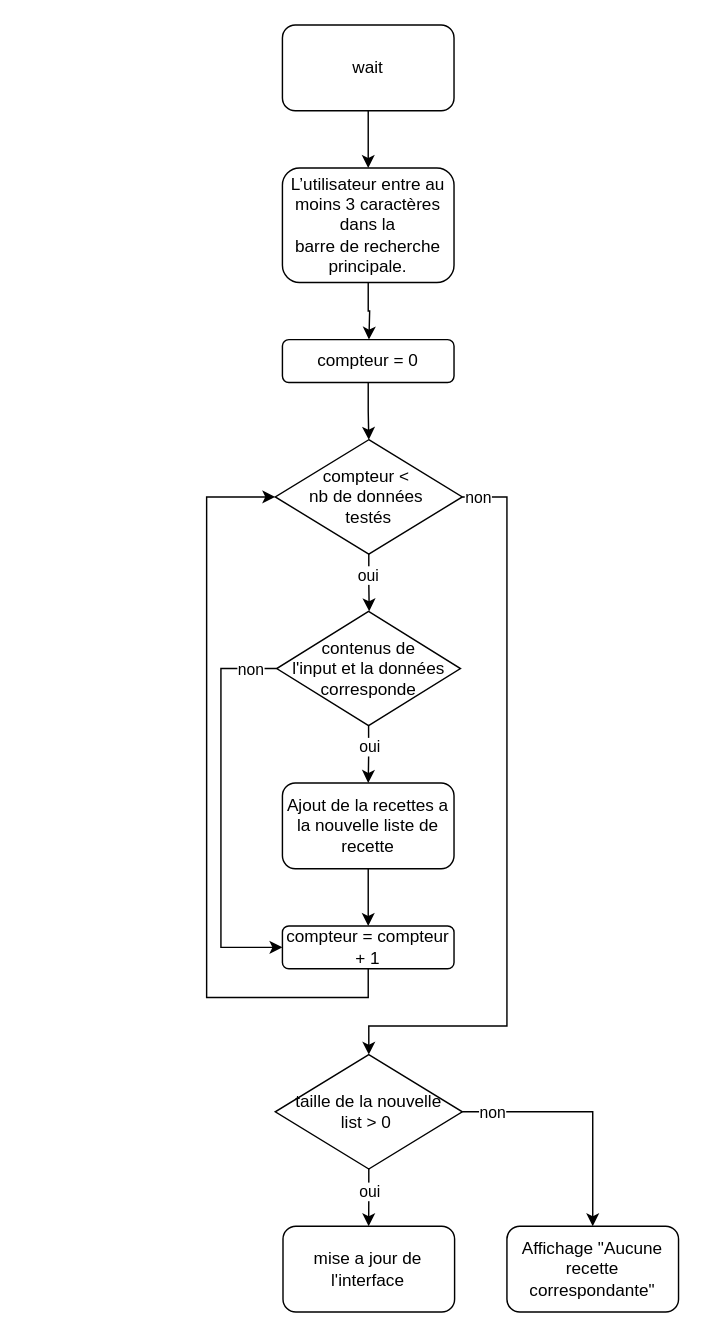
The draw.io diagram Note/AlgoriGramme.drawio in cbourgouin/Projet_7, before the edit. Source tidied: cells renumbered, new cells numbered last; positions are measured from the earlier drawing's top-left corner, leaving out a move shared by most shapes. Both pictures are drawn from the tidied source at 143%, with x=0, y=0 at pixel (113, 24).
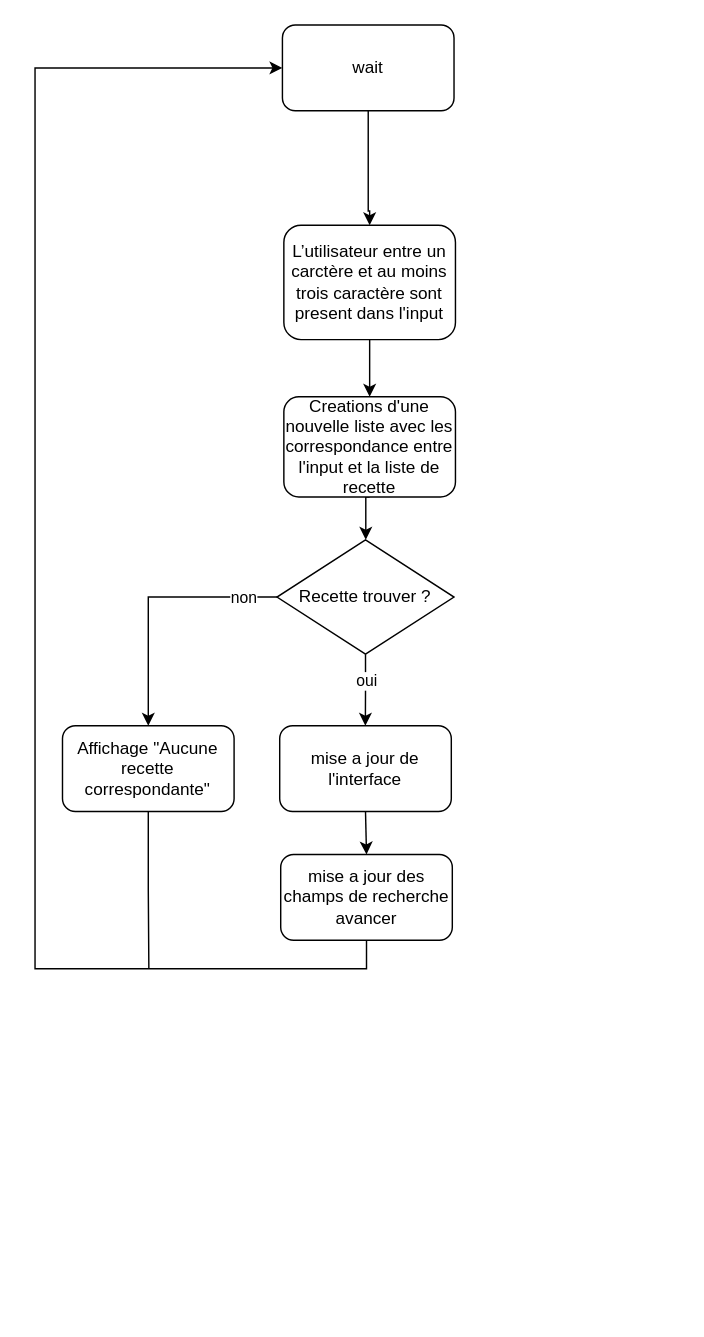
The same page after the edit.

Commit message:
Mettre à jour AlgoriGramme.drawio

The change refers to these unchanged cells:
```xml
<mxCell id="6" value="wait" style="rounded=1;whiteSpace=wrap;html=1;" parent="1" vertex="1">
  <mxGeometry x="118" width="120" height="60" as="geometry" />
</mxCell>
```

What changed in the source:
```diff
@@
-    <mxCell id="3" style="edgeStyle=orthogonalEdgeStyle;rounded=0;jettySize=auto;html=1;exitX=0.5;exitY=1;exitDx=0;exitDy=0;entryX=0.5;entryY=0;entryDx=0;entryDy=0;" parent="1" edge="1" source="4">
-      <mxGeometry relative="1" as="geometry">
-        <mxPoint x="178.5" y="220" as="targetPoint" />
-      </mxGeometry>
+    <mxCell id="3" style="edgeStyle=orthogonalEdgeStyle;rounded=0;jettySize=auto;html=1;exitX=0.5;exitY=1;exitDx=0;exitDy=0;entryX=0.5;entryY=0;entryDx=0;entryDy=0;" parent="1" edge="1" source="4" target="35">
+      <mxGeometry relative="1" as="geometry" />
     </mxCell>
-    <mxCell id="4" value="L’utilisateur entre au moins 3 caractères dans la&lt;br&gt;barre de recherche principale." style="rounded=1;whiteSpace=wrap;html=1;" parent="1" vertex="1">
-      <mxGeometry x="118" y="100" width="120" height="80" as="geometry" />
+    <mxCell id="4" value="L’utilisateur entre un carctère et au moins trois caractère sont present dans l'input" style="rounded=1;whiteSpace=wrap;html=1;" parent="1" vertex="1">
+      <mxGeometry x="119" y="140" width="120" height="80" as="geometry" />
     </mxCell>
     <mxCell id="5" style="edgeStyle=orthogonalEdgeStyle;rounded=0;jettySize=auto;html=1;exitX=0.5;exitY=1;exitDx=0;exitDy=0;entryX=0.5;entryY=0;entryDx=0;entryDy=0;" parent="1" edge="1" source="6" target="4">
-      <mxGeometry relative="1" as="geometry" />
+      <mxGeometry relative="1" as="geometry">
+        <Array as="points">
+          <mxPoint x="178" y="130" />
+          <mxPoint x="179" y="130" />
+        </Array>
+      </mxGeometry>
     </mxCell>
@@
-    <mxCell id="7" style="edgeStyle=orthogonalEdgeStyle;rounded=0;jettySize=auto;html=1;exitX=0.5;exitY=1;exitDx=0;exitDy=0;entryX=0.5;entryY=0;entryDx=0;entryDy=0;" parent="1" edge="1" source="8" target="13">
-      <mxGeometry relative="1" as="geometry" />
-    </mxCell>
-    <mxCell id="8" value="compteur = 0" style="rounded=1;whiteSpace=wrap;html=1;" parent="1" vertex="1">
-      <mxGeometry x="118" y="220" width="120" height="30" as="geometry" />
-    </mxCell>
-    <mxCell id="9" style="edgeStyle=orthogonalEdgeStyle;rounded=0;jettySize=auto;html=1;exitX=0.5;exitY=1;exitDx=0;exitDy=0;" parent="1" edge="1" source="13">
-      <mxGeometry relative="1" as="geometry">
-        <mxPoint x="178.7" y="410" as="targetPoint" />
-      </mxGeometry>
-    </mxCell>
-    <mxCell id="10" value="oui" style="edgeLabel;html=1;align=center;verticalAlign=middle;" parent="9" vertex="1">
-      <mxGeometry x="-0.3" y="-1" relative="1" as="geometry" />
-    </mxCell>
-    <mxCell id="11" style="edgeStyle=orthogonalEdgeStyle;rounded=0;jettySize=auto;html=1;exitX=1;exitY=0.5;exitDx=0;exitDy=0;entryX=0.5;entryY=0;entryDx=0;entryDy=0;" parent="1" edge="1" source="13" target="27">
-      <mxGeometry relative="1" as="geometry">
-        <Array as="points">
-          <mxPoint x="275" y="330" />
-          <mxPoint x="275" y="700" />
-          <mxPoint x="178" y="700" />
-        </Array>
-      </mxGeometry>
-    </mxCell>
-    <mxCell id="12" value="non&lt;br&gt;" style="edgeLabel;html=1;align=center;verticalAlign=middle;" parent="11" vertex="1">
-      <mxGeometry x="-0.98" relative="1" as="geometry">
-        <mxPoint x="6" as="offset" />
-      </mxGeometry>
-    </mxCell>
-    <mxCell id="13" value="compteur &amp;lt;&amp;nbsp;&lt;br&gt;nb de données&amp;nbsp;&lt;br&gt;testés" style="rhombus;whiteSpace=wrap;html=1;" parent="1" vertex="1">
-      <mxGeometry x="113" y="290" width="130.8" height="80" as="geometry" />
-    </mxCell>
-    <mxCell id="14" style="edgeStyle=orthogonalEdgeStyle;rounded=0;jettySize=auto;html=1;exitX=0.5;exitY=1;exitDx=0;exitDy=0;entryX=0.5;entryY=0;entryDx=0;entryDy=0;" parent="1" edge="1" source="18" target="20">
-      <mxGeometry relative="1" as="geometry" />
-    </mxCell>
-    <mxCell id="15" value="oui&lt;br&gt;" style="edgeLabel;html=1;align=center;verticalAlign=middle;" parent="14" vertex="1">
-      <mxGeometry x="-0.26" relative="1" as="geometry" />
-    </mxCell>
-    <mxCell id="16" style="edgeStyle=orthogonalEdgeStyle;rounded=0;jettySize=auto;html=1;exitX=0;exitY=0.5;exitDx=0;exitDy=0;entryX=0;entryY=0.5;entryDx=0;entryDy=0;" parent="1" edge="1" source="18" target="22">
-      <mxGeometry relative="1" as="geometry">
-        <Array as="points">
-          <mxPoint x="75" y="450" />
-          <mxPoint x="75" y="645" />
-        </Array>
-      </mxGeometry>
-    </mxCell>
-    <mxCell id="17" value="non" style="edgeLabel;html=1;align=center;verticalAlign=middle;" parent="16" vertex="1">
-      <mxGeometry x="-0.95" relative="1" as="geometry">
-        <mxPoint x="-12" as="offset" />
-      </mxGeometry>
-    </mxCell>
-    <mxCell id="18" value="contenus de &lt;br&gt;l'input et la données corresponde" style="rhombus;whiteSpace=wrap;html=1;" parent="1" vertex="1">
-      <mxGeometry x="114" y="410" width="128.5" height="80" as="geometry" />
-    </mxCell>
-    <mxCell id="19" style="edgeStyle=orthogonalEdgeStyle;rounded=0;jettySize=auto;html=1;exitX=0.5;exitY=1;exitDx=0;exitDy=0;entryX=0.5;entryY=0;entryDx=0;entryDy=0;" parent="1" edge="1" source="20" target="22">
-      <mxGeometry relative="1" as="geometry" />
-    </mxCell>
-    <mxCell id="20" value="Ajout de la recettes a la nouvelle liste de recette" style="rounded=1;whiteSpace=wrap;html=1;" parent="1" vertex="1">
-      <mxGeometry x="118" y="530" width="120" height="60" as="geometry" />
-    </mxCell>
-    <mxCell id="21" style="edgeStyle=orthogonalEdgeStyle;rounded=0;jettySize=auto;html=1;exitX=0.5;exitY=1;exitDx=0;exitDy=0;entryX=0;entryY=0.5;entryDx=0;entryDy=0;" parent="1" edge="1" source="22" target="13">
-      <mxGeometry relative="1" as="geometry">
-        <Array as="points">
-          <mxPoint x="178" y="680" />
-          <mxPoint x="65" y="680" />
-          <mxPoint x="65" y="330" />
-        </Array>
-      </mxGeometry>
-    </mxCell>
-    <mxCell id="22" value="compteur = compteur + 1" style="rounded=1;whiteSpace=wrap;html=1;" parent="1" vertex="1">
-      <mxGeometry x="118" y="630" width="120" height="30" as="geometry" />
-    </mxCell>
     <mxCell id="23" style="edgeStyle=orthogonalEdgeStyle;rounded=0;jettySize=auto;html=1;exitX=0.5;exitY=1;exitDx=0;exitDy=0;" parent="1" edge="1" source="27">
       <mxGeometry relative="1" as="geometry">
-        <mxPoint x="178.3" y="840" as="targetPoint" />
+        <mxPoint x="176" y="490" as="targetPoint" />
       </mxGeometry>
     </mxCell>
@@
-    <mxCell id="25" style="edgeStyle=orthogonalEdgeStyle;rounded=0;jettySize=auto;html=1;exitX=1;exitY=0.5;exitDx=0;exitDy=0;entryX=0.5;entryY=0;entryDx=0;entryDy=0;" parent="1" edge="1" source="27" target="29">
+    <mxCell id="25" style="edgeStyle=orthogonalEdgeStyle;rounded=0;jettySize=auto;html=1;exitX=0;exitY=0.5;exitDx=0;exitDy=0;entryX=0.5;entryY=0;entryDx=0;entryDy=0;" parent="1" edge="1" source="27" target="29">
       <mxGeometry relative="1" as="geometry" />
     </mxCell>
     <mxCell id="26" value="non" style="edgeLabel;html=1;align=center;verticalAlign=middle;" parent="25" vertex="1">
       <mxGeometry x="-0.32" y="1" relative="1" as="geometry">
-        <mxPoint x="-37" y="1" as="offset" />
+        <mxPoint x="37" y="-1" as="offset" />
       </mxGeometry>
     </mxCell>
-    <mxCell id="27" value="taille de la nouvelle &lt;br&gt;list &amp;gt; 0&amp;nbsp;" style="rhombus;whiteSpace=wrap;html=1;" parent="1" vertex="1">
-      <mxGeometry x="113" y="720" width="130.8" height="80" as="geometry" />
+    <mxCell id="27" value="Recette trouver ?" style="rhombus;whiteSpace=wrap;html=1;" parent="1" vertex="1">
+      <mxGeometry x="114.2" y="360" width="123.8" height="80" as="geometry" />
     </mxCell>
+    <mxCell id="30" style="edgeStyle=orthogonalEdgeStyle;rounded=0;jettySize=auto;html=1;exitX=0.5;exitY=1;exitDx=0;exitDy=0;entryX=0.5;entryY=0;entryDx=0;entryDy=0;" parent="1" edge="1" source="28" target="33">
+      <mxGeometry relative="1" as="geometry" />
+    </mxCell>
     <mxCell id="28" value="mise a jour de l'interface" style="rounded=1;whiteSpace=wrap;html=1;" parent="1" vertex="1">
-      <mxGeometry x="118.4" y="840" width="120" height="60" as="geometry" />
+      <mxGeometry x="116.1" y="490" width="120" height="60" as="geometry" />
     </mxCell>
+    <mxCell id="31" style="edgeStyle=orthogonalEdgeStyle;rounded=0;jettySize=auto;html=1;exitX=0.5;exitY=1;exitDx=0;exitDy=0;endArrow=none;endFill=0;" parent="1" edge="1" source="29">
+      <mxGeometry relative="1" as="geometry">
+        <mxPoint x="24.6" y="660" as="targetPoint" />
+      </mxGeometry>
+    </mxCell>
     <mxCell id="29" value="Affichage &quot;Aucune recette correspondante&quot;" style="rounded=1;whiteSpace=wrap;html=1;" parent="1" vertex="1">
-      <mxGeometry x="275" y="840" width="120" height="60" as="geometry" />
+      <mxGeometry x="-35.8" y="490" width="120" height="60" as="geometry" />
     </mxCell>
+    <mxCell id="32" style="edgeStyle=orthogonalEdgeStyle;rounded=0;jettySize=auto;html=1;exitX=0.5;exitY=1;exitDx=0;exitDy=0;entryX=0;entryY=0.5;entryDx=0;entryDy=0;" parent="1" edge="1" source="33" target="6">
+      <mxGeometry relative="1" as="geometry">
+        <Array as="points">
+          <mxPoint x="177" y="660" />
+          <mxPoint x="-55" y="660" />
+          <mxPoint x="-55" y="30" />
+        </Array>
+      </mxGeometry>
+    </mxCell>
+    <mxCell id="33" value="mise a jour des champs de recherche avancer" style="rounded=1;whiteSpace=wrap;html=1;" parent="1" vertex="1">
+      <mxGeometry x="116.8" y="580" width="120" height="60" as="geometry" />
+    </mxCell>
+    <mxCell id="34" style="edgeStyle=orthogonalEdgeStyle;rounded=0;jettySize=auto;html=1;exitX=0.5;exitY=1;exitDx=0;exitDy=0;" parent="1" edge="1" source="35">
+      <mxGeometry relative="1" as="geometry">
+        <mxPoint x="176.3" y="360" as="targetPoint" />
+      </mxGeometry>
+    </mxCell>
+    <mxCell id="35" value="Creations d'une nouvelle liste avec les correspondance entre l'input et la liste de recette" style="rounded=1;whiteSpace=wrap;html=1;" parent="1" vertex="1">
+      <mxGeometry x="119" y="260" width="120" height="70" as="geometry" />
+    </mxCell>
```
